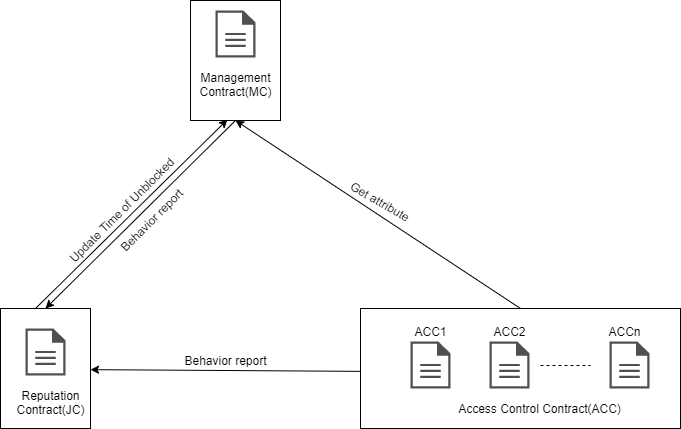
The draw.io diagram static/images/区块链实验7-恶意行为检测机制设计/合约架构.png in shuzang/shuzang.github.io, before a commit. Source tidied: cells renumbered, new cells last; positions are measured from the earlier drawing's top-left corner, leaving out a move shared by most shapes.
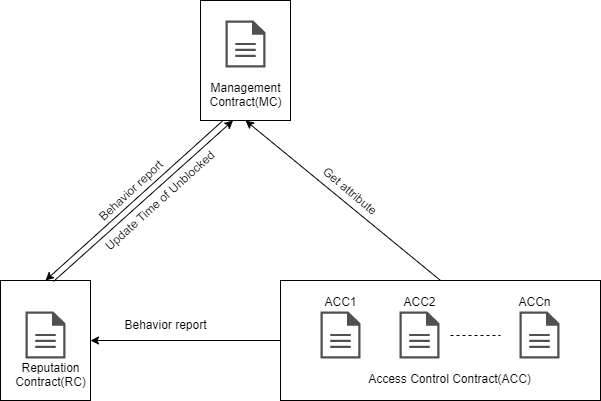
The same file after the commit.

Change to the diagram source:
```diff
@@ -2,86 +2,79 @@
   <root>
     <mxCell id="0" />
     <mxCell id="1" parent="0" />
-    <mxCell id="2" style="edgeStyle=none;rounded=0;jettySize=auto;html=1;exitX=0.378;exitY=0.008;exitDx=0;exitDy=0;startArrow=none;startFill=0;endArrow=classic;endFill=1;exitPerimeter=0;entryX=0.411;entryY=0.992;entryDx=0;entryDy=0;entryPerimeter=0;" parent="1" edge="1" source="4" target="9">
-      <mxGeometry relative="1" as="geometry" />
-    </mxCell>
-    <mxCell id="3" value="Update Time of Unblocked" style="edgeLabel;html=1;align=center;verticalAlign=middle;rotation=-45;" parent="2" vertex="1">
-      <mxGeometry x="0.34" y="1" relative="1" as="geometry">
-        <mxPoint x="-43" y="29.4" as="offset" />
-      </mxGeometry>
-    </mxCell>
+    <mxCell id="25" style="edgeStyle=none;rounded=0;jumpStyle=arc;jumpSize=6;jettySize=auto;html=1;entryX=0;entryY=0.5;entryDx=0;entryDy=0;startArrow=classic;startFill=1;endArrow=none;endFill=0;strokeColor=#000000;" parent="1" edge="1" source="4" target="10">
+      <mxGeometry relative="1" as="geometry" />
+    </mxCell>
     <mxCell id="4" style="rounded=0;whiteSpace=wrap;html=1;strokeColor=#000000;" parent="1" vertex="1">
-      <mxGeometry y="308" width="90" height="120" as="geometry" />
+      <mxGeometry x="40" y="310" width="90" height="120" as="geometry" />
     </mxCell>
     <mxCell id="5" style="edgeStyle=none;rounded=0;jumpStyle=arc;jumpSize=6;jettySize=auto;html=1;exitX=0.5;exitY=1;exitDx=0;exitDy=0;entryX=0.5;entryY=0;entryDx=0;entryDy=0;startArrow=classic;startFill=1;endArrow=none;endFill=0;strokeColor=#000000;" parent="1" edge="1" source="9" target="10">
       <mxGeometry relative="1" as="geometry" />
     </mxCell>
-    <mxCell id="6" value="Get attribute" style="edgeLabel;html=1;align=center;verticalAlign=middle;rotation=30;" parent="5" vertex="1">
-      <mxGeometry x="0.12" y="-1" relative="1" as="geometry">
-        <mxPoint x="-13.9" y="-26" as="offset" />
-      </mxGeometry>
-    </mxCell>
-    <mxCell id="7" style="edgeStyle=none;rounded=0;jumpStyle=arc;jumpSize=6;jettySize=auto;html=1;exitX=0.5;exitY=1;exitDx=0;exitDy=0;entryX=0.5;entryY=0;entryDx=0;entryDy=0;startArrow=none;startFill=0;endArrow=classic;endFill=1;strokeColor=#000000;" parent="1" edge="1" source="9" target="4">
+    <mxCell id="7" style="edgeStyle=none;rounded=0;jumpStyle=arc;jumpSize=6;jettySize=auto;html=1;exitX=0.25;exitY=1;exitDx=0;exitDy=0;entryX=0.5;entryY=0;entryDx=0;entryDy=0;startArrow=none;startFill=0;endArrow=classic;endFill=1;strokeColor=#000000;" parent="1" edge="1" source="9" target="4">
       <mxGeometry relative="1" as="geometry" />
     </mxCell>
-    <mxCell id="8" value="Behavior report" style="edgeLabel;html=1;align=center;verticalAlign=middle;rotation=-45;" parent="7" vertex="1">
-      <mxGeometry x="0.46" y="-1" relative="1" as="geometry">
-        <mxPoint x="53.6" y="-35.7" as="offset" />
-      </mxGeometry>
-    </mxCell>
     <mxCell id="9" style="rounded=0;whiteSpace=wrap;html=1;strokeColor=#000000;" parent="1" vertex="1">
-      <mxGeometry x="190" width="90" height="120" as="geometry" />
+      <mxGeometry x="240" y="30" width="90" height="120" as="geometry" />
     </mxCell>
     <mxCell id="10" style="rounded=0;whiteSpace=wrap;html=1;strokeColor=#000000;" parent="1" vertex="1">
-      <mxGeometry x="360" y="308" width="320" height="120" as="geometry" />
+      <mxGeometry x="320" y="310" width="320" height="120" as="geometry" />
     </mxCell>
     <mxCell id="11" style="shadow=0;dashed=0;html=1;strokeColor=none;fillColor=#505050;labelPosition=center;verticalLabelPosition=bottom;verticalAlign=top;align=center;shape=mxgraph.office.concepts.document;" parent="1" vertex="1">
-      <mxGeometry x="215" y="10" width="40" height="47" as="geometry" />
+      <mxGeometry x="265" y="50" width="40" height="47" as="geometry" />
     </mxCell>
     <mxCell id="12" style="shadow=0;dashed=0;html=1;strokeColor=none;fillColor=#505050;labelPosition=center;verticalLabelPosition=bottom;verticalAlign=top;align=center;shape=mxgraph.office.concepts.document;" parent="1" vertex="1">
-      <mxGeometry x="410" y="341" width="40" height="47" as="geometry" />
+      <mxGeometry x="360" y="341" width="40" height="47" as="geometry" />
     </mxCell>
     <mxCell id="13" style="shadow=0;dashed=0;html=1;strokeColor=none;fillColor=#505050;labelPosition=center;verticalLabelPosition=bottom;verticalAlign=top;align=center;shape=mxgraph.office.concepts.document;" parent="1" vertex="1">
-      <mxGeometry x="25" y="328" width="40" height="47" as="geometry" />
+      <mxGeometry x="65" y="341" width="40" height="47" as="geometry" />
     </mxCell>
     <mxCell id="14" style="shadow=0;dashed=0;html=1;strokeColor=none;fillColor=#505050;labelPosition=center;verticalLabelPosition=bottom;verticalAlign=top;align=center;shape=mxgraph.office.concepts.document;" parent="1" vertex="1">
-      <mxGeometry x="609" y="341" width="40" height="47" as="geometry" />
+      <mxGeometry x="559" y="341" width="40" height="47" as="geometry" />
     </mxCell>
     <mxCell id="15" style="shadow=0;dashed=0;html=1;strokeColor=none;fillColor=#505050;labelPosition=center;verticalLabelPosition=bottom;verticalAlign=top;align=center;shape=mxgraph.office.concepts.document;" parent="1" vertex="1">
-      <mxGeometry x="489" y="341" width="40" height="47" as="geometry" />
+      <mxGeometry x="439" y="341" width="40" height="47" as="geometry" />
     </mxCell>
     <mxCell id="16" value="Behavior report" style="text;html=1;align=center;verticalAlign=middle;fillColor=none;strokeColor=none;rounded=0;dashed=1;rotation=0;" parent="1" vertex="1">
-      <mxGeometry x="175" y="350" width="100" height="20" as="geometry" />
+      <mxGeometry x="155" y="343.5" width="100" height="20" as="geometry" />
     </mxCell>
     <mxCell id="17" value="Management&lt;br&gt;Contract(MC)" style="text;html=1;align=center;verticalAlign=middle;fillColor=none;strokeColor=none;rounded=0;dashed=1;" parent="1" vertex="1">
-      <mxGeometry x="190" y="69" width="90" height="30" as="geometry" />
+      <mxGeometry x="240" y="109" width="90" height="30" as="geometry" />
     </mxCell>
     <mxCell id="18" value="Access Control Contract(ACC)" style="text;html=1;align=center;verticalAlign=middle;fillColor=none;strokeColor=none;rounded=0;dashed=1;" parent="1" vertex="1">
-      <mxGeometry x="449" y="398" width="180" height="20" as="geometry" />
+      <mxGeometry x="399" y="398" width="180" height="20" as="geometry" />
     </mxCell>
-    <mxCell id="19" value="Reputation&lt;br&gt;Contract(JC)" style="text;html=1;align=center;verticalAlign=middle;fillColor=none;strokeColor=none;rounded=0;dashed=1;" parent="1" vertex="1">
-      <mxGeometry x="10" y="387" width="80" height="30" as="geometry" />
+    <mxCell id="19" value="Reputation&lt;br&gt;Contract(RC)" style="text;html=1;align=center;verticalAlign=middle;fillColor=none;strokeColor=none;rounded=0;dashed=1;" parent="1" vertex="1">
+      <mxGeometry x="45" y="389" width="90" height="30" as="geometry" />
     </mxCell>
     <mxCell id="20" style="endArrow=none;dashed=1;html=1;strokeColor=#000000;" parent="1" edge="1">
       <mxGeometry relative="1" as="geometry">
-        <mxPoint x="540" y="365" as="sourcePoint" />
-        <mxPoint x="590" y="365" as="targetPoint" />
+        <mxPoint x="490" y="365" as="sourcePoint" />
+        <mxPoint x="540" y="365" as="targetPoint" />
       </mxGeometry>
     </mxCell>
     <mxCell id="21" value="ACC1" style="text;html=1;align=center;verticalAlign=middle;fillColor=none;strokeColor=none;rounded=0;" parent="1" vertex="1">
-      <mxGeometry x="405" y="321" width="50" height="20" as="geometry" />
+      <mxGeometry x="355" y="321" width="50" height="20" as="geometry" />
     </mxCell>
     <mxCell id="22" value="ACC2" style="text;html=1;align=center;verticalAlign=middle;fillColor=none;strokeColor=none;rounded=0;" parent="1" vertex="1">
-      <mxGeometry x="484" y="321" width="50" height="20" as="geometry" />
+      <mxGeometry x="434" y="321" width="50" height="20" as="geometry" />
     </mxCell>
     <mxCell id="23" value="ACCn" style="text;html=1;align=center;verticalAlign=middle;fillColor=none;strokeColor=none;rounded=0;" parent="1" vertex="1">
-      <mxGeometry x="599" y="321" width="50" height="20" as="geometry" />
+      <mxGeometry x="549" y="321" width="50" height="20" as="geometry" />
     </mxCell>
-    <mxCell id="24" style="edgeStyle=none;rounded=0;jumpStyle=arc;jumpSize=6;orthogonalLoop=1;jettySize=auto;html=1;entryX=0;entryY=0.5;entryDx=0;entryDy=0;startArrow=classic;startFill=1;endArrow=none;endFill=0;strokeColor=#000000;" parent="1" edge="1">
-      <mxGeometry relative="1" as="geometry">
-        <mxPoint x="90" y="369.1" as="sourcePoint" />
-        <mxPoint x="360" y="370.9" as="targetPoint" />
-      </mxGeometry>
-    </mxCell>
+    <mxCell id="6" value="Get attribute" style="text;html=1;align=center;verticalAlign=middle;fillColor=none;strokeColor=none;rounded=0;rotation=40;" parent="1" vertex="1">
+      <mxGeometry x="350" y="210" width="80" height="20" as="geometry" />
+    </mxCell>
+    <mxCell id="26" style="edgeStyle=none;rounded=0;jumpStyle=arc;jumpSize=6;jettySize=auto;html=1;exitX=0.25;exitY=1;exitDx=0;exitDy=0;entryX=0.589;entryY=0.008;entryDx=0;entryDy=0;startArrow=classic;startFill=1;endArrow=none;endFill=0;strokeColor=#000000;entryPerimeter=0;" parent="1" edge="1" target="4">
+      <mxGeometry relative="1" as="geometry">
+        <mxPoint x="272.5" y="150" as="sourcePoint" />
+      </mxGeometry>
+    </mxCell>
+    <mxCell id="3" value="Update Time of Unblocked" style="text;html=1;align=center;verticalAlign=middle;fillColor=none;strokeColor=none;rounded=0;rotation=318;" parent="1" vertex="1">
+      <mxGeometry x="119" y="220" width="160" height="20" as="geometry" />
+    </mxCell>
+    <mxCell id="8" value="Behavior report" style="text;html=1;align=center;verticalAlign=middle;fillColor=none;strokeColor=none;rounded=0;rotation=317;" parent="1" vertex="1">
+      <mxGeometry x="120" y="210" width="100" height="20" as="geometry" />
+    </mxCell>
   </root>
 </mxGraphModel>
```
